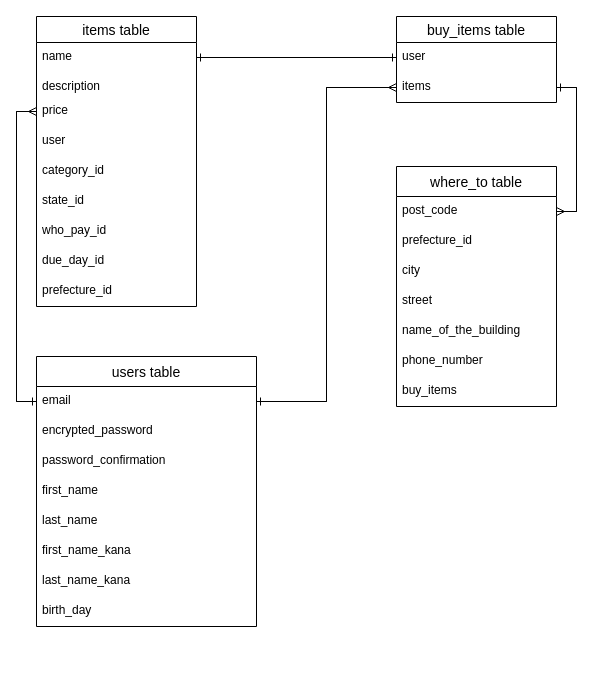
Hajimojikun/furima-35715 keeps this draw.io diagram as ER.dio. Above is the earlier version. Source tidied: cells renumbered, new cells numbered last; positions are measured from the earlier drawing's top-left corner, leaving out a move shared by most shapes. Both pictures are drawn from the tidied source at 100%, with x=0, y=0 at pixel (36, 16).
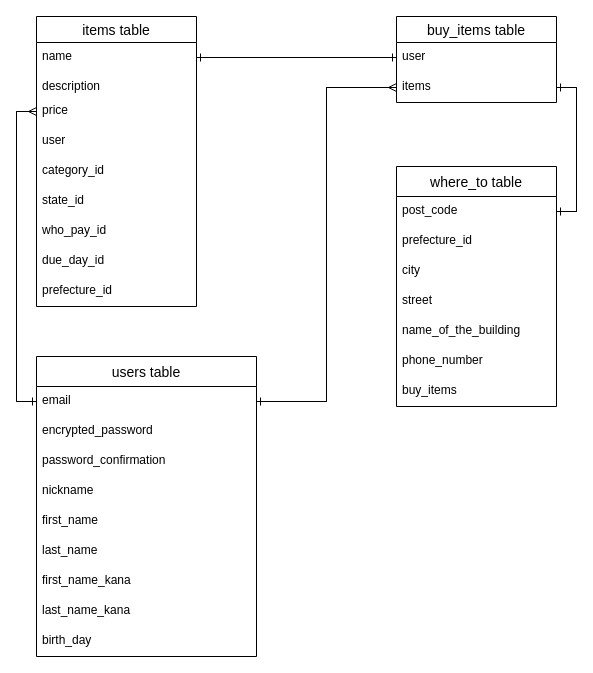
The same diagram, later.

Commit message (it also covers changes not shown here):
データベース設計　手直し２回目

The change refers to these unchanged cells:
```xml
<mxCell id="14" value="items" style="text;strokeColor=none;fillColor=none;spacingLeft=4;spacingRight=4;overflow=hidden;points=[[0,0.5],[1,0.5]];portConstraint=eastwest;fontSize=12;" parent="12" vertex="1">
  <mxGeometry y="56" width="160" height="30" as="geometry" />
</mxCell>
<mxCell id="25" value="post_code" style="text;strokeColor=none;fillColor=none;spacingLeft=4;spacingRight=4;overflow=hidden;points=[[0,0.5],[1,0.5]];portConstraint=eastwest;fontSize=12;" parent="24" vertex="1">
  <mxGeometry y="30" width="160" height="30" as="geometry" />
</mxCell>
```

The edit, as a diff of the source:
```diff
@@
     <mxCell id="15" value="users table" style="swimlane;fontStyle=0;horizontal=1;startSize=30;align=center;fontSize=14;" parent="1" vertex="1">
-      <mxGeometry y="340" width="220" height="270" as="geometry" />
+      <mxGeometry y="340" width="220" height="300" as="geometry" />
     </mxCell>
@@
+    <mxCell id="40" value="nickname" style="text;strokeColor=none;fillColor=none;spacingLeft=4;spacingRight=4;overflow=hidden;fontSize=12;" parent="15" vertex="1">
+      <mxGeometry y="120" width="220" height="30" as="geometry" />
+    </mxCell>
     <mxCell id="19" value="first_name" style="text;strokeColor=none;fillColor=none;spacingLeft=4;spacingRight=4;overflow=hidden;fontSize=12;" parent="15" vertex="1">
-      <mxGeometry y="120" width="220" height="30" as="geometry" />
+      <mxGeometry y="150" width="220" height="30" as="geometry" />
     </mxCell>
     <mxCell id="20" value="last_name" style="text;strokeColor=none;fillColor=none;spacingLeft=4;spacingRight=4;overflow=hidden;fontSize=12;" parent="15" vertex="1">
-      <mxGeometry y="150" width="220" height="30" as="geometry" />
+      <mxGeometry y="180" width="220" height="30" as="geometry" />
     </mxCell>
     <mxCell id="21" value="first_name_kana" style="text;strokeColor=none;fillColor=none;spacingLeft=4;spacingRight=4;overflow=hidden;fontSize=12;" parent="15" vertex="1">
-      <mxGeometry y="180" width="220" height="30" as="geometry" />
+      <mxGeometry y="210" width="220" height="30" as="geometry" />
     </mxCell>
     <mxCell id="22" value="last_name_kana" style="text;strokeColor=none;fillColor=none;spacingLeft=4;spacingRight=4;overflow=hidden;fontSize=12;" parent="15" vertex="1">
-      <mxGeometry y="210" width="220" height="30" as="geometry" />
+      <mxGeometry y="240" width="220" height="30" as="geometry" />
     </mxCell>
     <mxCell id="23" value="birth_day" style="text;strokeColor=none;fillColor=none;spacingLeft=4;spacingRight=4;overflow=hidden;fontSize=12;" parent="15" vertex="1">
-      <mxGeometry y="240" width="220" height="30" as="geometry" />
+      <mxGeometry y="270" width="220" height="30" as="geometry" />
     </mxCell>
@@
-    <mxCell id="35" style="edgeStyle=orthogonalEdgeStyle;rounded=0;jettySize=auto;html=1;entryX=1;entryY=0.5;entryDx=0;entryDy=0;endArrow=ERmany;endFill=0;exitX=1;exitY=0.5;exitDx=0;exitDy=0;" parent="1" edge="1" source="14" target="25">
-      <mxGeometry relative="1" as="geometry">
-        <Array as="points">
-          <mxPoint x="540" y="71" />
-          <mxPoint x="540" y="195" />
-        </Array>
-      </mxGeometry>
-    </mxCell>
@@
+    <mxCell id="35" style="edgeStyle=orthogonalEdgeStyle;rounded=0;jettySize=auto;html=1;exitX=1;exitY=0.5;exitDx=0;exitDy=0;entryX=1;entryY=0.5;entryDx=0;entryDy=0;endArrow=ERone;endFill=0;" parent="1" edge="1" source="14" target="25">
+      <mxGeometry relative="1" as="geometry" />
+    </mxCell>
```
